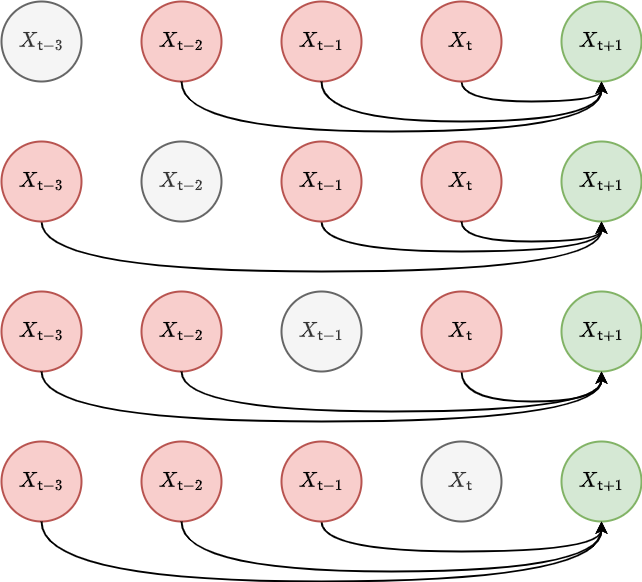
Before: images/chapter-2-third-temporal-correlation.drawio.png, a diagram exported from draw.io (umbralcalc/worlds-of-observation). Source tidied: cells renumbered, new cells last; positions are measured from the earlier drawing's top-left corner, leaving out a move shared by most shapes. Its diagram source:
```xml
<mxGraphModel math="1">
  <root>
    <mxCell id="0" />
    <mxCell id="1" parent="0" />
    <mxCell id="2" style="curved=1;endArrow=classic;html=1;rounded=0;edgeStyle=orthogonalEdgeStyle;strokeWidth=2;exitX=0.5;exitY=1;exitDx=0;exitDy=0;" parent="1" edge="1" source="5">
      <mxGeometry relative="1" as="geometry">
        <mxPoint x="600" y="80" as="targetPoint" />
        <Array as="points">
          <mxPoint x="460" y="100" />
          <mxPoint x="600" y="100" />
        </Array>
      </mxGeometry>
    </mxCell>
    <mxCell id="3" value="&lt;font style=&quot;font-size: 18px;&quot;&gt;$$X_{{\sf t}-2}$$&lt;/font&gt;" style="ellipse;whiteSpace=wrap;html=1;strokeWidth=2;fillColor=#f8cecc;strokeColor=#b85450;" parent="1" vertex="1">
      <mxGeometry x="140" width="80" height="80" as="geometry" />
    </mxCell>
    <mxCell id="4" value="&lt;font style=&quot;font-size: 18px;&quot;&gt;$$X_{{\sf t}-1}$$&lt;/font&gt;" style="ellipse;whiteSpace=wrap;html=1;strokeWidth=2;fillColor=#f8cecc;strokeColor=#b85450;" parent="1" vertex="1">
      <mxGeometry x="280" width="80" height="80" as="geometry" />
    </mxCell>
    <mxCell id="5" value="&lt;font style=&quot;font-size: 18px;&quot;&gt;$$X_{{\sf t}}$$&lt;/font&gt;" style="ellipse;whiteSpace=wrap;html=1;strokeWidth=2;fillColor=#f8cecc;strokeColor=#b85450;" parent="1" vertex="1">
      <mxGeometry x="420" width="80" height="80" as="geometry" />
    </mxCell>
    <mxCell id="6" value="&lt;font style=&quot;font-size: 18px;&quot;&gt;$$X_{{\sf t}+1}$$&lt;/font&gt;" style="ellipse;whiteSpace=wrap;html=1;strokeWidth=2;fillColor=#d5e8d4;strokeColor=#82b366;" parent="1" vertex="1">
      <mxGeometry x="560" width="80" height="80" as="geometry" />
    </mxCell>
    <mxCell id="7" style="curved=1;endArrow=classic;html=1;rounded=0;edgeStyle=orthogonalEdgeStyle;strokeWidth=2;exitX=0.5;exitY=1;exitDx=0;exitDy=0;" parent="1" edge="1" source="4">
      <mxGeometry relative="1" as="geometry">
        <mxPoint x="600" y="80" as="targetPoint" />
        <Array as="points">
          <mxPoint x="320" y="120" />
          <mxPoint x="600" y="120" />
        </Array>
      </mxGeometry>
    </mxCell>
    <mxCell id="8" style="curved=1;endArrow=classic;html=1;rounded=0;edgeStyle=orthogonalEdgeStyle;strokeWidth=2;exitX=0.5;exitY=1;exitDx=0;exitDy=0;" parent="1" edge="1" source="10">
      <mxGeometry relative="1" as="geometry">
        <mxPoint x="600" y="220" as="targetPoint" />
        <Array as="points">
          <mxPoint x="320" y="250" />
          <mxPoint x="600" y="250" />
        </Array>
      </mxGeometry>
    </mxCell>
    <mxCell id="9" value="&lt;font style=&quot;font-size: 18px;&quot;&gt;$$X_{{\sf t}-2}$$&lt;/font&gt;" style="ellipse;whiteSpace=wrap;html=1;strokeWidth=2;fillColor=#f5f5f5;strokeColor=#666666;fontColor=#333333;" parent="1" vertex="1">
      <mxGeometry x="140" y="140" width="80" height="80" as="geometry" />
    </mxCell>
    <mxCell id="10" value="&lt;font style=&quot;font-size: 18px;&quot;&gt;$$X_{{\sf t}-1}$$&lt;/font&gt;" style="ellipse;whiteSpace=wrap;html=1;strokeWidth=2;fillColor=#f8cecc;strokeColor=#b85450;" parent="1" vertex="1">
      <mxGeometry x="280" y="140" width="80" height="80" as="geometry" />
    </mxCell>
    <mxCell id="11" value="&lt;font style=&quot;font-size: 18px;&quot;&gt;$$X_{{\sf t}}$$&lt;/font&gt;" style="ellipse;whiteSpace=wrap;html=1;strokeWidth=2;fillColor=#f8cecc;strokeColor=#b85450;" parent="1" vertex="1">
      <mxGeometry x="420" y="140" width="80" height="80" as="geometry" />
    </mxCell>
    <mxCell id="12" value="&lt;font style=&quot;font-size: 18px;&quot;&gt;$$X_{{\sf t}+1}$$&lt;/font&gt;" style="ellipse;whiteSpace=wrap;html=1;strokeWidth=2;fillColor=#d5e8d4;strokeColor=#82b366;" parent="1" vertex="1">
      <mxGeometry x="560" y="140" width="80" height="80" as="geometry" />
    </mxCell>
    <mxCell id="13" style="curved=1;endArrow=classic;html=1;rounded=0;edgeStyle=orthogonalEdgeStyle;strokeWidth=2;exitX=0.5;exitY=1;exitDx=0;exitDy=0;" parent="1" edge="1" source="15">
      <mxGeometry relative="1" as="geometry">
        <mxPoint x="600" y="220" as="targetPoint" />
        <Array as="points">
          <mxPoint x="40" y="270" />
          <mxPoint x="600" y="270" />
        </Array>
      </mxGeometry>
    </mxCell>
    <mxCell id="14" value="&lt;font style=&quot;font-size: 18px;&quot;&gt;$$X_{{\sf t}-3}$$&lt;/font&gt;" style="ellipse;whiteSpace=wrap;html=1;strokeWidth=2;fillColor=#f5f5f5;fontColor=#333333;strokeColor=#666666;" parent="1" vertex="1">
      <mxGeometry width="80" height="80" as="geometry" />
    </mxCell>
    <mxCell id="15" value="&lt;font style=&quot;font-size: 18px;&quot;&gt;$$X_{{\sf t}-3}$$&lt;/font&gt;" style="ellipse;whiteSpace=wrap;html=1;strokeWidth=2;fillColor=#f8cecc;strokeColor=#b85450;" parent="1" vertex="1">
      <mxGeometry y="140" width="80" height="80" as="geometry" />
    </mxCell>
    <mxCell id="16" style="curved=1;endArrow=classic;html=1;rounded=0;edgeStyle=orthogonalEdgeStyle;strokeWidth=2;exitX=0.5;exitY=1;exitDx=0;exitDy=0;" parent="1" edge="1" source="3">
      <mxGeometry relative="1" as="geometry">
        <mxPoint x="600" y="80" as="targetPoint" />
        <Array as="points">
          <mxPoint x="180" y="130" />
          <mxPoint x="600" y="130" />
        </Array>
      </mxGeometry>
    </mxCell>
    <mxCell id="17" style="curved=1;endArrow=classic;html=1;rounded=0;edgeStyle=orthogonalEdgeStyle;strokeWidth=2;exitX=0.5;exitY=1;exitDx=0;exitDy=0;entryX=0.5;entryY=1;entryDx=0;entryDy=0;" parent="1" edge="1" source="11" target="12">
      <mxGeometry relative="1" as="geometry">
        <Array as="points">
          <mxPoint x="460" y="240" />
          <mxPoint x="600" y="240" />
        </Array>
      </mxGeometry>
    </mxCell>
    <mxCell id="18" style="curved=1;endArrow=classic;html=1;rounded=0;edgeStyle=orthogonalEdgeStyle;strokeWidth=2;exitX=0.5;exitY=1;exitDx=0;exitDy=0;" parent="1" edge="1" source="21">
      <mxGeometry relative="1" as="geometry">
        <mxPoint x="600" y="370" as="targetPoint" />
        <Array as="points">
          <mxPoint x="460" y="400" />
          <mxPoint x="600" y="400" />
        </Array>
      </mxGeometry>
    </mxCell>
    <mxCell id="19" value="&lt;font style=&quot;font-size: 18px;&quot;&gt;$$X_{{\sf t}-2}$$&lt;/font&gt;" style="ellipse;whiteSpace=wrap;html=1;strokeWidth=2;fillColor=#f8cecc;strokeColor=#b85450;" parent="1" vertex="1">
      <mxGeometry x="140" y="290" width="80" height="80" as="geometry" />
    </mxCell>
    <mxCell id="20" value="&lt;font style=&quot;font-size: 18px;&quot;&gt;$$X_{{\sf t}-1}$$&lt;/font&gt;" style="ellipse;whiteSpace=wrap;html=1;strokeWidth=2;fillColor=#f5f5f5;strokeColor=#666666;fontColor=#333333;" parent="1" vertex="1">
      <mxGeometry x="280" y="290" width="80" height="80" as="geometry" />
    </mxCell>
    <mxCell id="21" value="&lt;font style=&quot;font-size: 18px;&quot;&gt;$$X_{{\sf t}}$$&lt;/font&gt;" style="ellipse;whiteSpace=wrap;html=1;strokeWidth=2;fillColor=#f8cecc;strokeColor=#b85450;" parent="1" vertex="1">
      <mxGeometry x="420" y="290" width="80" height="80" as="geometry" />
    </mxCell>
    <mxCell id="22" value="&lt;font style=&quot;font-size: 18px;&quot;&gt;$$X_{{\sf t}+1}$$&lt;/font&gt;" style="ellipse;whiteSpace=wrap;html=1;strokeWidth=2;fillColor=#d5e8d4;strokeColor=#82b366;" parent="1" vertex="1">
      <mxGeometry x="560" y="290" width="80" height="80" as="geometry" />
    </mxCell>
    <mxCell id="23" style="curved=1;endArrow=classic;html=1;rounded=0;edgeStyle=orthogonalEdgeStyle;strokeWidth=2;exitX=0.5;exitY=1;exitDx=0;exitDy=0;" parent="1" edge="1" source="19">
      <mxGeometry relative="1" as="geometry">
        <mxPoint x="600" y="370" as="targetPoint" />
        <Array as="points">
          <mxPoint x="180" y="410" />
          <mxPoint x="600" y="410" />
        </Array>
      </mxGeometry>
    </mxCell>
    <mxCell id="24" value="&lt;font style=&quot;font-size: 18px;&quot;&gt;$$X_{{\sf t}-3}$$&lt;/font&gt;" style="ellipse;whiteSpace=wrap;html=1;strokeWidth=2;fillColor=#f8cecc;strokeColor=#b85450;" parent="1" vertex="1">
      <mxGeometry y="290" width="80" height="80" as="geometry" />
    </mxCell>
    <mxCell id="25" style="curved=1;endArrow=classic;html=1;rounded=0;edgeStyle=orthogonalEdgeStyle;strokeWidth=2;exitX=0.5;exitY=1;exitDx=0;exitDy=0;entryX=0.5;entryY=1;entryDx=0;entryDy=0;" parent="1" edge="1" source="24" target="22">
      <mxGeometry relative="1" as="geometry">
        <Array as="points">
          <mxPoint x="40" y="420" />
          <mxPoint x="600" y="420" />
        </Array>
      </mxGeometry>
    </mxCell>
    <mxCell id="26" style="curved=1;endArrow=classic;html=1;rounded=0;edgeStyle=orthogonalEdgeStyle;strokeWidth=2;exitX=0.5;exitY=1;exitDx=0;exitDy=0;" parent="1" edge="1" source="28">
      <mxGeometry relative="1" as="geometry">
        <mxPoint x="600" y="520" as="targetPoint" />
        <Array as="points">
          <mxPoint x="320" y="550" />
          <mxPoint x="600" y="550" />
        </Array>
      </mxGeometry>
    </mxCell>
    <mxCell id="27" value="&lt;font style=&quot;font-size: 18px;&quot;&gt;$$X_{{\sf t}-2}$$&lt;/font&gt;" style="ellipse;whiteSpace=wrap;html=1;strokeWidth=2;fillColor=#f8cecc;strokeColor=#b85450;" parent="1" vertex="1">
      <mxGeometry x="140" y="440" width="80" height="80" as="geometry" />
    </mxCell>
    <mxCell id="28" value="&lt;font style=&quot;font-size: 18px;&quot;&gt;$$X_{{\sf t}-1}$$&lt;/font&gt;" style="ellipse;whiteSpace=wrap;html=1;strokeWidth=2;fillColor=#f8cecc;strokeColor=#b85450;" parent="1" vertex="1">
      <mxGeometry x="280" y="440" width="80" height="80" as="geometry" />
    </mxCell>
    <mxCell id="29" value="&lt;font style=&quot;font-size: 18px;&quot;&gt;$$X_{{\sf t}}$$&lt;/font&gt;" style="ellipse;whiteSpace=wrap;html=1;strokeWidth=2;fillColor=#f5f5f5;strokeColor=#666666;fontColor=#333333;" parent="1" vertex="1">
      <mxGeometry x="420" y="440" width="80" height="80" as="geometry" />
    </mxCell>
    <mxCell id="30" value="&lt;font style=&quot;font-size: 18px;&quot;&gt;$$X_{{\sf t}+1}$$&lt;/font&gt;" style="ellipse;whiteSpace=wrap;html=1;strokeWidth=2;fillColor=#d5e8d4;strokeColor=#82b366;" parent="1" vertex="1">
      <mxGeometry x="560" y="440" width="80" height="80" as="geometry" />
    </mxCell>
    <mxCell id="31" style="curved=1;endArrow=classic;html=1;rounded=0;edgeStyle=orthogonalEdgeStyle;strokeWidth=2;exitX=0.5;exitY=1;exitDx=0;exitDy=0;" parent="1" edge="1" source="27">
      <mxGeometry relative="1" as="geometry">
        <mxPoint x="600" y="520" as="targetPoint" />
        <Array as="points">
          <mxPoint x="180" y="570" />
          <mxPoint x="600" y="570" />
        </Array>
      </mxGeometry>
    </mxCell>
    <mxCell id="32" value="&lt;font style=&quot;font-size: 18px;&quot;&gt;$$X_{{\sf t}-3}$$&lt;/font&gt;" style="ellipse;whiteSpace=wrap;html=1;strokeWidth=2;fillColor=#f8cecc;strokeColor=#b85450;" parent="1" vertex="1">
      <mxGeometry y="440" width="80" height="80" as="geometry" />
    </mxCell>
    <mxCell id="33" style="curved=1;endArrow=classic;html=1;rounded=0;edgeStyle=orthogonalEdgeStyle;strokeWidth=2;exitX=0.5;exitY=1;exitDx=0;exitDy=0;entryX=0.5;entryY=1;entryDx=0;entryDy=0;" parent="1" edge="1" source="32" target="30">
      <mxGeometry relative="1" as="geometry">
        <Array as="points">
          <mxPoint x="40" y="580" />
          <mxPoint x="600" y="580" />
        </Array>
      </mxGeometry>
    </mxCell>
  </root>
</mxGraphModel>
```
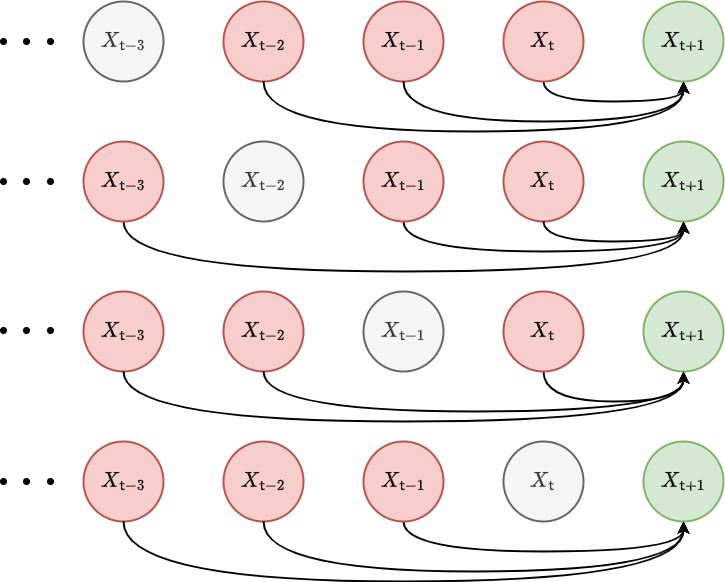
After the commit.

The edit, as a diff of the source:
```diff
@@ -167,5 +167,41 @@
         </Array>
       </mxGeometry>
     </mxCell>
+    <mxCell id="34" style="ellipse;whiteSpace=wrap;html=1;fillColor=#000000;" parent="1" vertex="1">
+      <mxGeometry x="-83" y="37" width="6" height="6" as="geometry" />
+    </mxCell>
+    <mxCell id="35" style="ellipse;whiteSpace=wrap;html=1;fillColor=#000000;" parent="1" vertex="1">
+      <mxGeometry x="-60" y="37" width="6" height="6" as="geometry" />
+    </mxCell>
+    <mxCell id="36" style="ellipse;whiteSpace=wrap;html=1;fillColor=#000000;" parent="1" vertex="1">
+      <mxGeometry x="-36" y="37" width="6" height="6" as="geometry" />
+    </mxCell>
+    <mxCell id="37" style="ellipse;whiteSpace=wrap;html=1;fillColor=#000000;" parent="1" vertex="1">
+      <mxGeometry x="-83" y="177" width="6" height="6" as="geometry" />
+    </mxCell>
+    <mxCell id="38" style="ellipse;whiteSpace=wrap;html=1;fillColor=#000000;" parent="1" vertex="1">
+      <mxGeometry x="-60" y="177" width="6" height="6" as="geometry" />
+    </mxCell>
+    <mxCell id="39" style="ellipse;whiteSpace=wrap;html=1;fillColor=#000000;" parent="1" vertex="1">
+      <mxGeometry x="-36" y="177" width="6" height="6" as="geometry" />
+    </mxCell>
+    <mxCell id="40" style="ellipse;whiteSpace=wrap;html=1;fillColor=#000000;" parent="1" vertex="1">
+      <mxGeometry x="-83" y="326" width="6" height="6" as="geometry" />
+    </mxCell>
+    <mxCell id="41" style="ellipse;whiteSpace=wrap;html=1;fillColor=#000000;" parent="1" vertex="1">
+      <mxGeometry x="-60" y="326" width="6" height="6" as="geometry" />
+    </mxCell>
+    <mxCell id="42" style="ellipse;whiteSpace=wrap;html=1;fillColor=#000000;" parent="1" vertex="1">
+      <mxGeometry x="-36" y="326" width="6" height="6" as="geometry" />
+    </mxCell>
+    <mxCell id="43" style="ellipse;whiteSpace=wrap;html=1;fillColor=#000000;" parent="1" vertex="1">
+      <mxGeometry x="-83" y="477" width="6" height="6" as="geometry" />
+    </mxCell>
+    <mxCell id="44" style="ellipse;whiteSpace=wrap;html=1;fillColor=#000000;" parent="1" vertex="1">
+      <mxGeometry x="-60" y="477" width="6" height="6" as="geometry" />
+    </mxCell>
+    <mxCell id="45" style="ellipse;whiteSpace=wrap;html=1;fillColor=#000000;" parent="1" vertex="1">
+      <mxGeometry x="-36" y="477" width="6" height="6" as="geometry" />
+    </mxCell>
   </root>
 </mxGraphModel>
```
